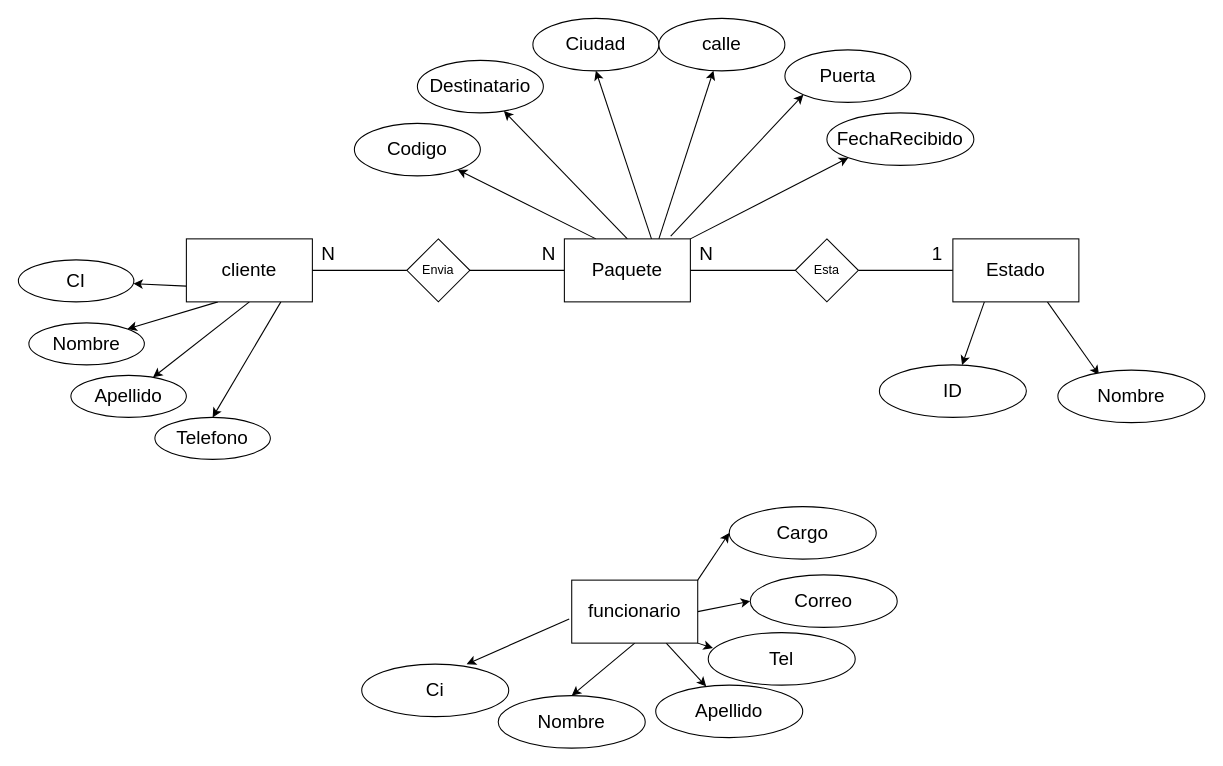
Before: Mer/mer_V6.drawio in mateovillaa11/Proyecto_FindeA-o, a draw.io diagram. Source tidied: cells renumbered, new cells numbered last; positions are measured from the earlier drawing's top-left corner, leaving out a move shared by most shapes. Both pictures are drawn from the tidied source at 105%, with x=0, y=0 at pixel (18, 18).
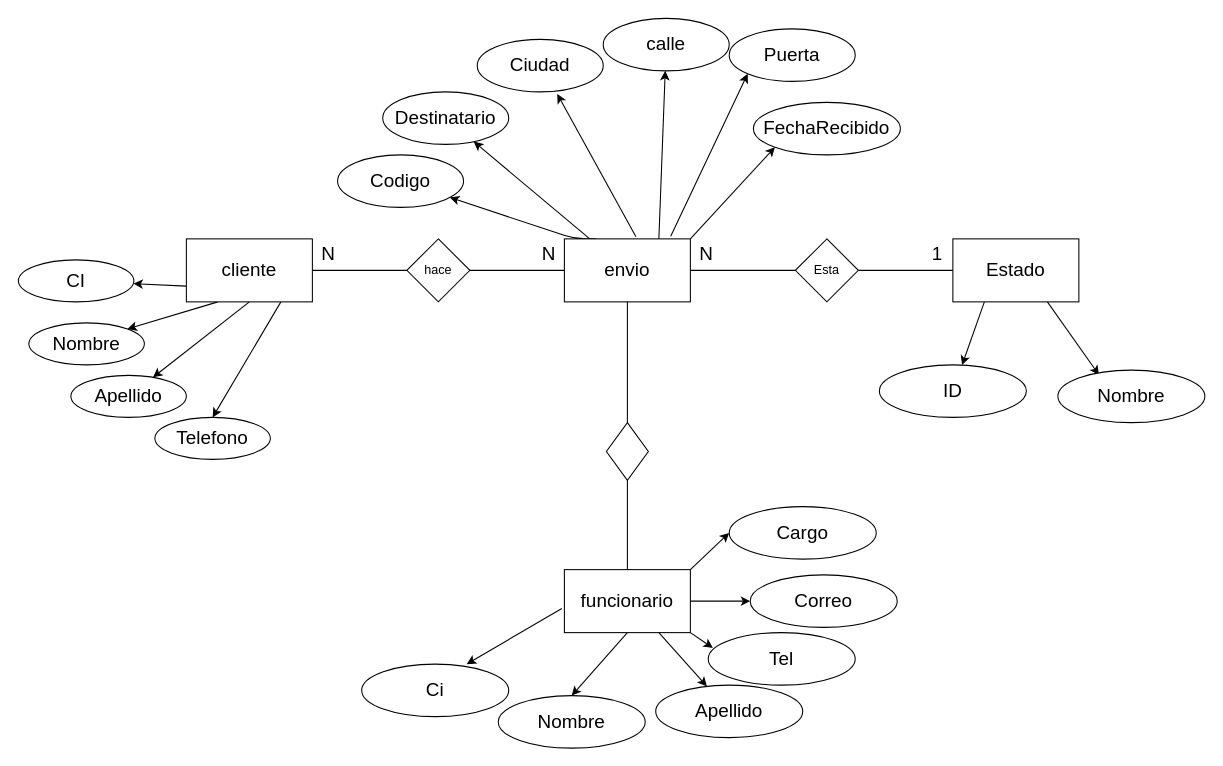
After the change.

What changed in the source:
```diff
@@
-    <mxCell id="8" style="edgeStyle=none;html=1;exitX=0.5;exitY=0;exitDx=0;exitDy=0;fontSize=18;" parent="1" edge="1" source="16" target="35">
+    <mxCell id="8" style="edgeStyle=none;html=1;fontSize=18;" parent="1" edge="1" source="16" target="35">
       <mxGeometry relative="1" as="geometry" />
     </mxCell>
     <mxCell id="9" style="edgeStyle=none;html=1;exitX=0.25;exitY=0;exitDx=0;exitDy=0;fontSize=18;" parent="1" edge="1" source="16" target="34">
-      <mxGeometry relative="1" as="geometry" />
+      <mxGeometry relative="1" as="geometry">
+        <Array as="points">
+          <mxPoint x="530" y="210" />
+        </Array>
+      </mxGeometry>
     </mxCell>
-    <mxCell id="10" value="Envia" style="rhombus;whiteSpace=wrap;html=1;" parent="1" vertex="1">
+    <mxCell id="10" value="hace" style="rhombus;whiteSpace=wrap;html=1;" parent="1" vertex="1">
       <mxGeometry x="370" y="210" width="60" height="60" as="geometry" />
     </mxCell>
@@
-    <mxCell id="12" style="edgeStyle=none;html=1;exitX=0.694;exitY=0.017;exitDx=0;exitDy=0;entryX=0.5;entryY=1;entryDx=0;entryDy=0;fontSize=18;exitPerimeter=0;" parent="1" edge="1" source="16" target="36">
+    <mxCell id="12" style="edgeStyle=none;html=1;exitX=0.568;exitY=-0.033;exitDx=0;exitDy=0;entryX=0.635;entryY=1.04;entryDx=0;entryDy=0;fontSize=18;exitPerimeter=0;entryPerimeter=0;" parent="1" edge="1" source="16" target="36">
       <mxGeometry relative="1" as="geometry" />
     </mxCell>
@@
-    <mxCell id="16" value="&lt;font style=&quot;font-size: 18px&quot;&gt;Paquete&lt;/font&gt;" style="rounded=0;whiteSpace=wrap;html=1;" parent="1" vertex="1">
+    <mxCell id="16" value="&lt;font style=&quot;font-size: 18px&quot;&gt;envio&lt;/font&gt;" style="rounded=0;whiteSpace=wrap;html=1;" parent="1" vertex="1">
       <mxGeometry x="520" y="210" width="120" height="60" as="geometry" />
     </mxCell>
@@
     <mxCell id="29" value="&lt;font style=&quot;font-size: 18px&quot;&gt;funcionario&lt;/font&gt;" style="rounded=0;whiteSpace=wrap;html=1;" parent="1" vertex="1">
-      <mxGeometry x="527" y="535" width="120" height="60" as="geometry" />
+      <mxGeometry x="520" y="525" width="120" height="60" as="geometry" />
     </mxCell>
@@
     <mxCell id="34" value="Codigo" style="ellipse;whiteSpace=wrap;html=1;fontSize=18;" parent="1" vertex="1">
-      <mxGeometry x="320" y="100" width="120" height="50" as="geometry" />
+      <mxGeometry x="304" y="130" width="120" height="50" as="geometry" />
     </mxCell>
     <mxCell id="35" value="Destinatario" style="ellipse;whiteSpace=wrap;html=1;fontSize=18;" parent="1" vertex="1">
-      <mxGeometry x="380" y="40" width="120" height="50" as="geometry" />
+      <mxGeometry x="347" y="70" width="120" height="50" as="geometry" />
     </mxCell>
     <mxCell id="36" value="Ciudad" style="ellipse;whiteSpace=wrap;html=1;fontSize=18;" parent="1" vertex="1">
-      <mxGeometry x="490" width="120" height="50" as="geometry" />
+      <mxGeometry x="437" y="20" width="120" height="50" as="geometry" />
     </mxCell>
     <mxCell id="37" value="calle" style="ellipse;whiteSpace=wrap;html=1;fontSize=18;" parent="1" vertex="1">
-      <mxGeometry x="610" width="120" height="50" as="geometry" />
+      <mxGeometry x="557" width="120" height="50" as="geometry" />
     </mxCell>
     <mxCell id="38" value="Puerta" style="ellipse;whiteSpace=wrap;html=1;fontSize=18;" parent="1" vertex="1">
-      <mxGeometry x="730" y="30" width="120" height="50" as="geometry" />
+      <mxGeometry x="677" y="10" width="120" height="50" as="geometry" />
     </mxCell>
     <mxCell id="39" value="FechaRecibido" style="ellipse;whiteSpace=wrap;html=1;fontSize=18;" parent="1" vertex="1">
-      <mxGeometry x="770" y="90" width="140" height="50" as="geometry" />
+      <mxGeometry x="700" y="80" width="140" height="50" as="geometry" />
     </mxCell>
@@
+    <mxCell id="52" style="rhombus;whiteSpace=wrap;html=1;" parent="1" vertex="1">
+      <mxGeometry x="560" y="385" width="40" height="55" as="geometry" />
+    </mxCell>
+    <mxCell id="53" style="edgeStyle=none;html=1;entryX=0.5;entryY=0;entryDx=0;entryDy=0;endArrow=none;exitX=0.5;exitY=1;exitDx=0;exitDy=0;" parent="1" edge="1" source="16" target="52">
+      <mxGeometry relative="1" as="geometry" />
+    </mxCell>
+    <mxCell id="54" style="endArrow=none;html=1;entryX=0.5;entryY=1;entryDx=0;entryDy=0;exitX=0.5;exitY=0;exitDx=0;exitDy=0;" parent="1" edge="1" source="29" target="52">
+      <mxGeometry relative="1" as="geometry" />
+    </mxCell>
```
